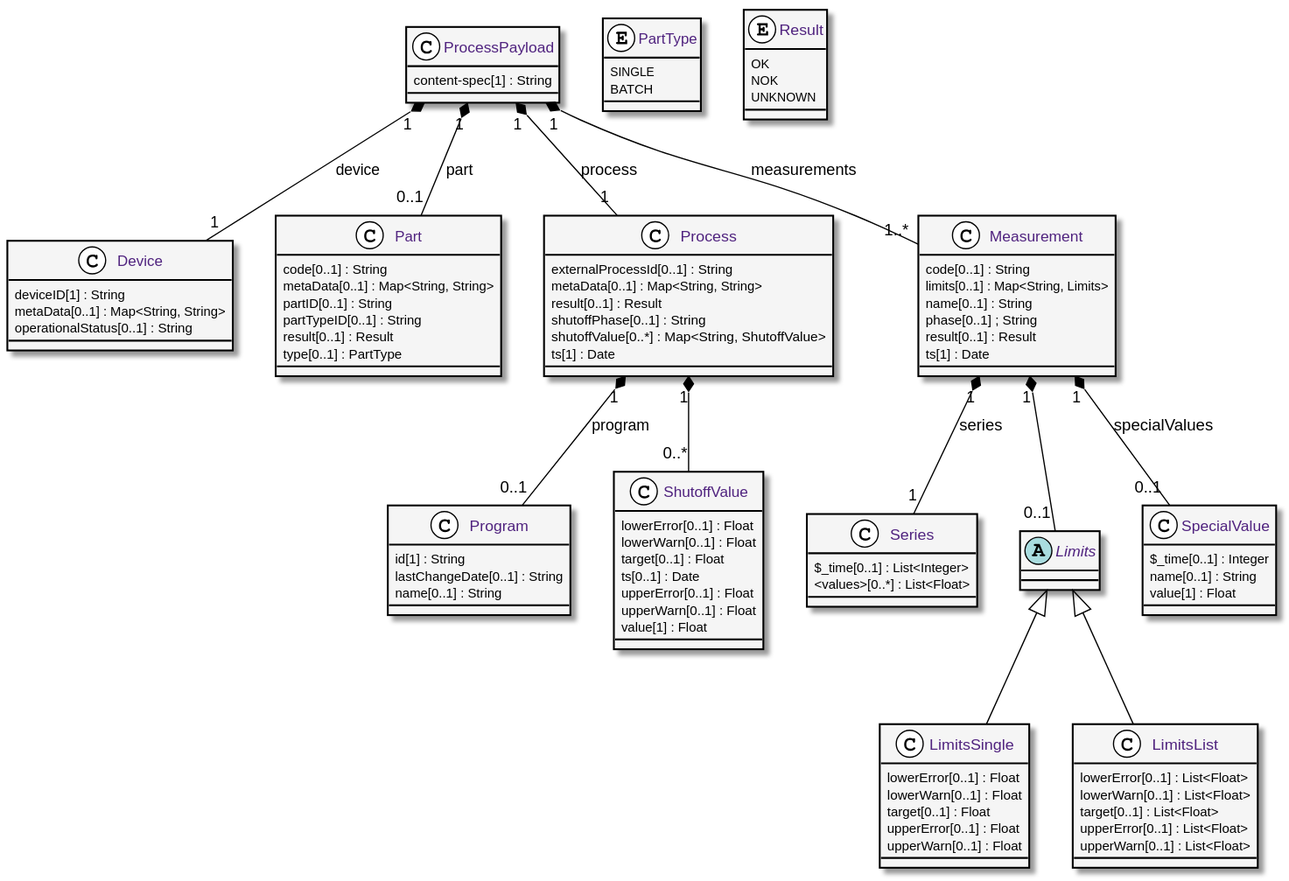
This is website/static/images/processPayload.svg from eclipse-archived/unide, a PlantUML export, as it was before one commit. The source it was exported from:
```plantuml
@startuml

skinparam class {
	BorderColor black
	FontColor #50237f
	BackgroundColor #f5f5f5
	ArrowColor black
}
skinparam stereotype{
	CBackgroundColor white
	EBackgroundColor white
}

class ProcessPayload{
	content-spec[1] : String
}

class Device {
	deviceID[1] : String
	metaData[0..1] : Map<String, String>
	operationalStatus[0..1] : String
}

class Part {
	code[0..1] : String
	metaData[0..1] : Map<String, String>
	partID[0..1] : String
	partTypeID[0..1] : String
	result[0..1] : Result
	type[0..1] : PartType
}

class Process {
	externalProcessId[0..1] : String
	metaData[0..1] : Map<String, String>
	result[0..1] : Result
	shutoffPhase[0..1] : String
	shutoffValue[0..*] : Map<String, ShutoffValue>
	ts[1] : Date
}

class Measurement {
	code[0..1] : String
	limits[0..1] : Map<String, Limits>
	name[0..1] : String
	phase[0..1] ; String
	result[0..1] : Result
	ts[1] : Date
}

class Program {
	id[1] : String
	lastChangeDate[0..1] : String
	name[0..1] : String
}

class ShutoffValue {
	lowerError[0..1] : Float
	lowerWarn[0..1] : Float
	target[0..1] : Float
	ts[0..1] : Date
	upperError[0..1] : Float
	upperWarn[0..1] : Float
	value[1] : Float
}

class Series {
	$_time[0..1] : List<Integer>
	<values>[0..*] : List<Float>
}

abstract class Limits {
}

class LimitsSingle {
	lowerError[0..1] : Float
	lowerWarn[0..1] : Float
	target[0..1] : Float
	upperError[0..1] : Float
	upperWarn[0..1] : Float
}

class LimitsList {
	lowerError[0..1] : List<Float>
	lowerWarn[0..1] : List<Float>
	target[0..1] : List<Float>
	upperError[0..1] : List<Float>
	upperWarn[0..1] : List<Float>
}


class SpecialValue {
	$_time[0..1] : Integer
	name[0..1] : String
	value[1] : Float
}

enum PartType {
	SINGLE
	BATCH
}

enum Result {
	OK
	NOK
	UNKNOWN
}

ProcessPayload "1" *-- "1" Device : device
ProcessPayload "1" *-- "0..1" Part : part
ProcessPayload "1" *-- "1" Process : process
ProcessPayload "1" *-- "1..*" Measurement : measurements

Process "1" *-- "0..1" Program : program
Process "1" *-- "0..*" ShutoffValue

Measurement "1" *-- "1" Series : series
Measurement "1" *-- "0..1" Limits
Measurement "1" *-- "0..1" SpecialValue : specialValues

Limits <|-- LimitsSingle
Limits <|-- LimitsList

@enduml
```
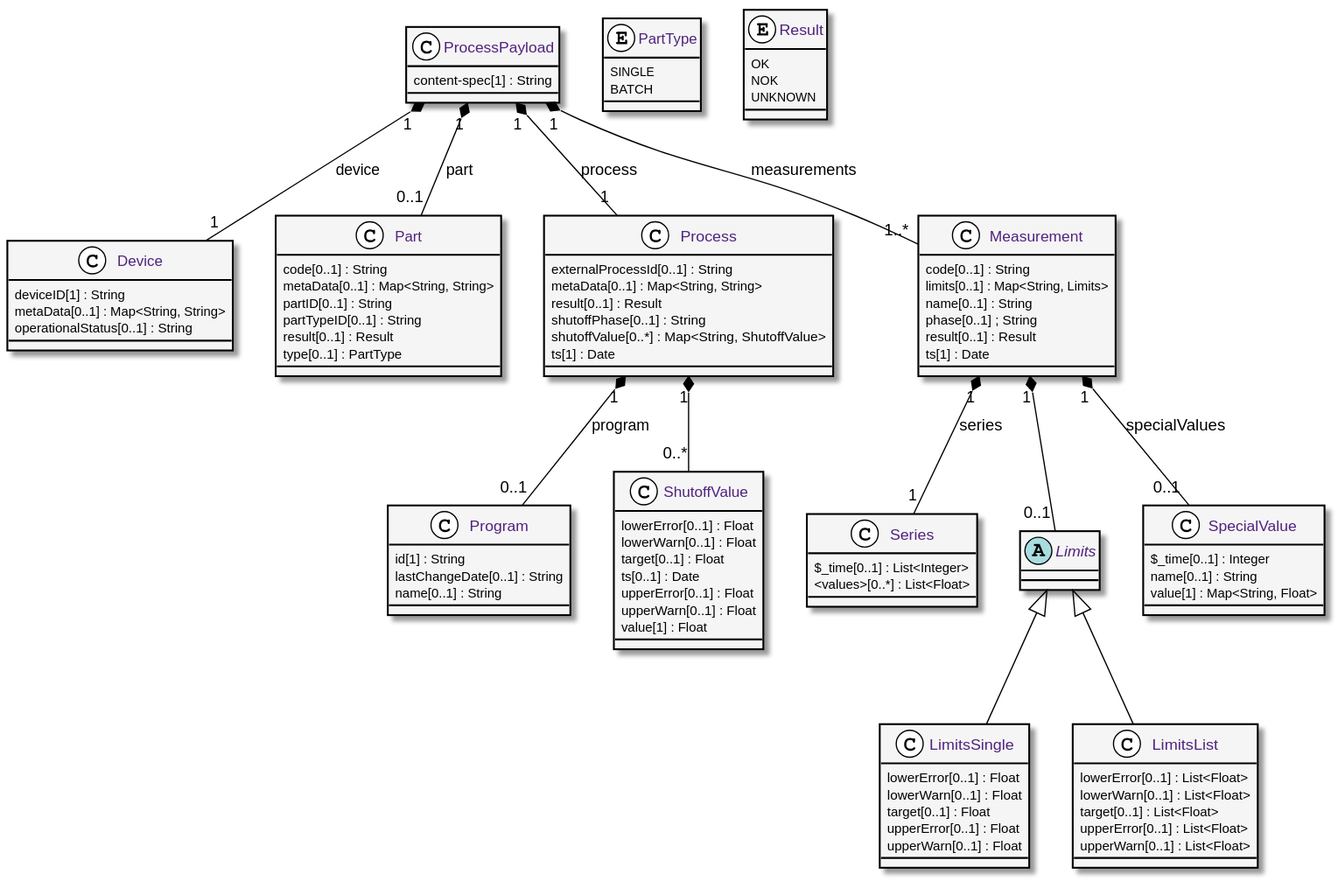
After the change.

Commit message:
fix(diagram): process diagram special values

The edit, as a diff of the source:
```diff
@@ -92,7 +92,7 @@
 class SpecialValue {
 	$_time[0..1] : Integer
 	name[0..1] : String
-	value[1] : Float
+	value[1] : Map<String, Float>
 }
 
 enum PartType {
```
